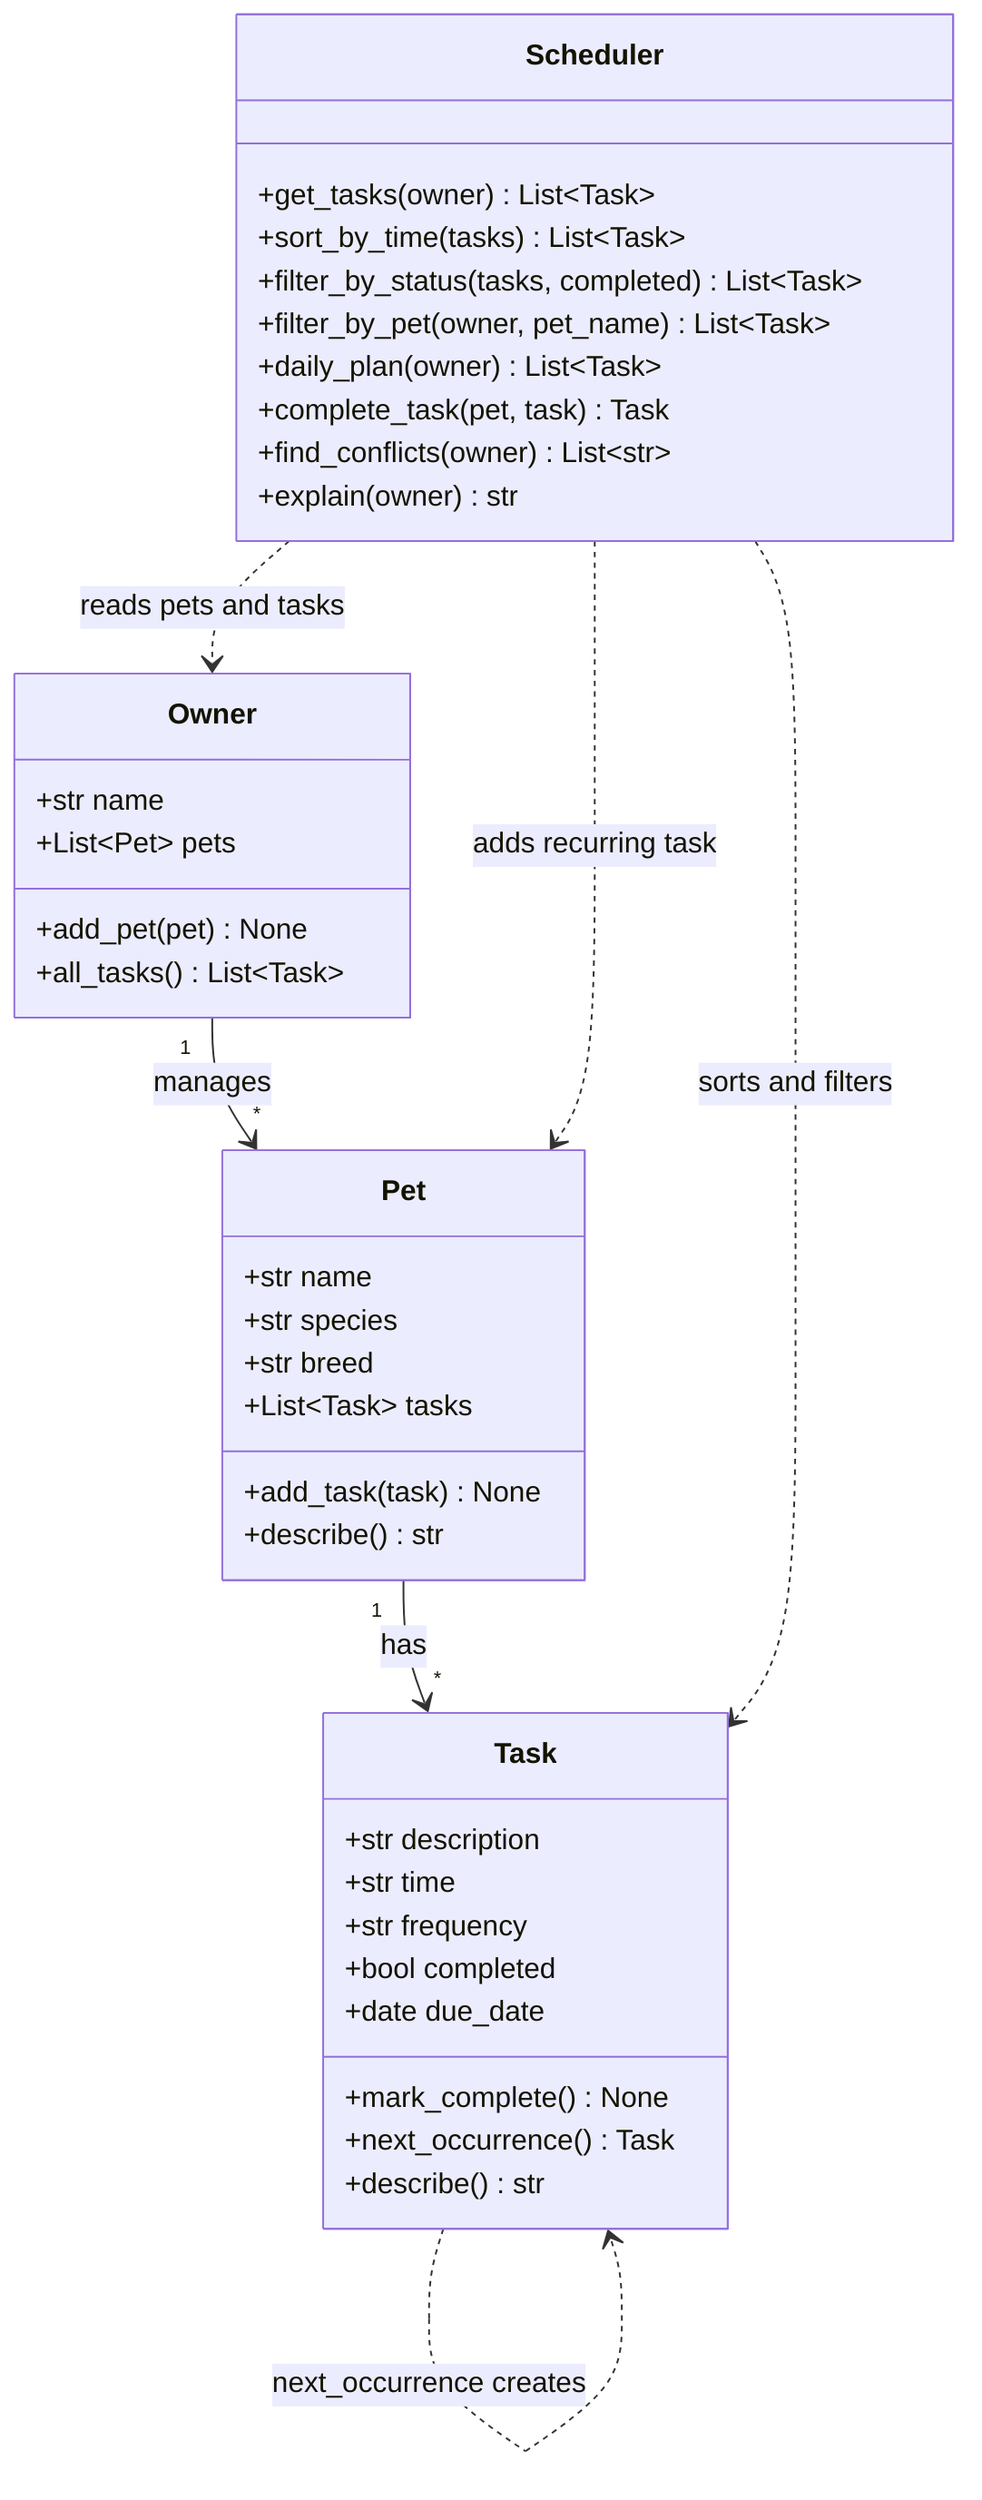
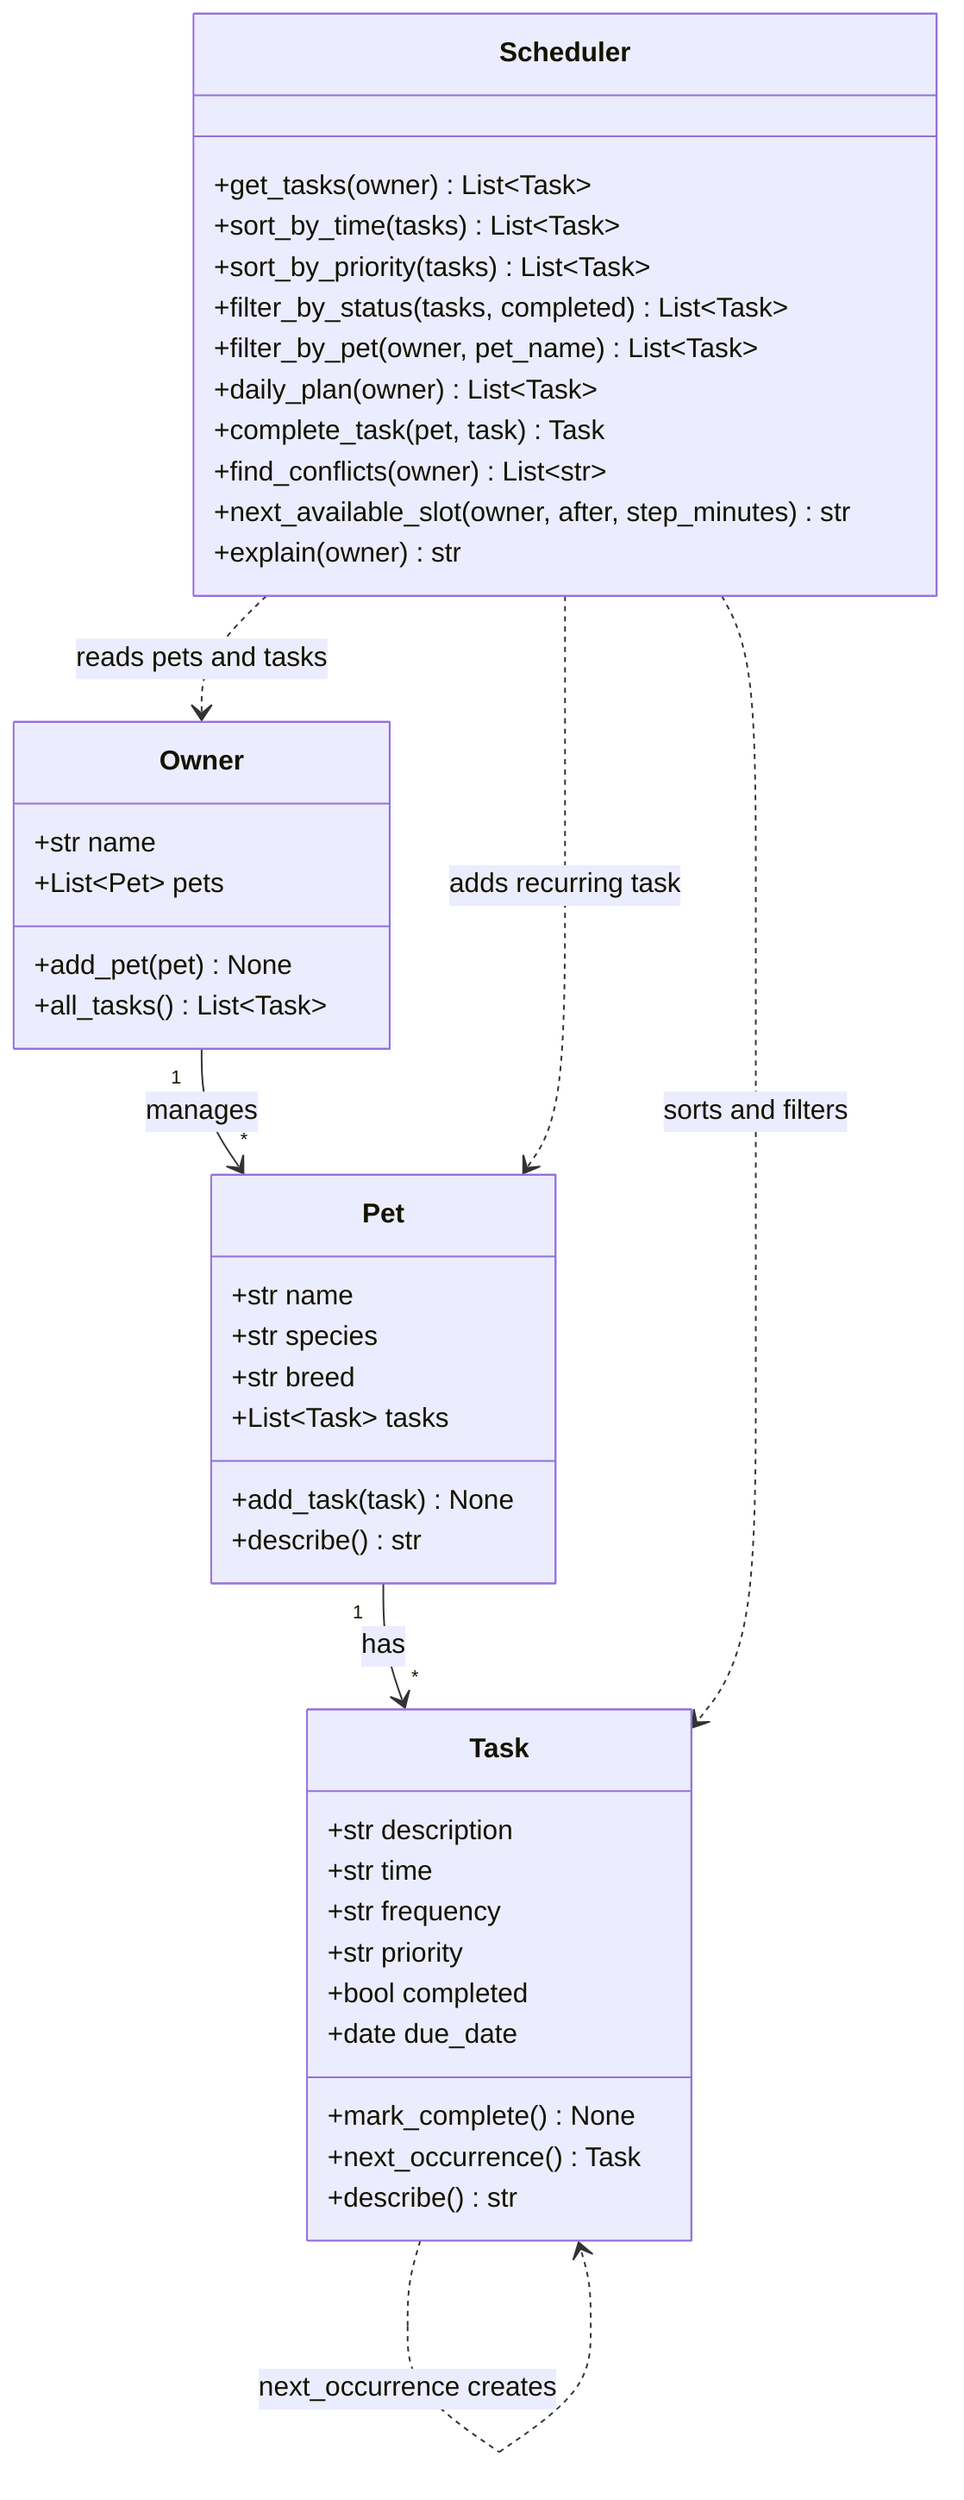
classDiagram
    %% PawPal+ final class diagram (matches pawpal_system.py)

    class Task {
        +str description
        +str time
        +str frequency
+         +str priority
        +bool completed
        +date due_date
        +mark_complete() None
        +next_occurrence() Task
        +describe() str
    }

    class Pet {
        +str name
        +str species
        +str breed
        +List~Task~ tasks
        +add_task(task) None
        +describe() str
    }

    class Owner {
        +str name
        +List~Pet~ pets
        +add_pet(pet) None
        +all_tasks() List~Task~
    }

    class Scheduler {
        +get_tasks(owner) List~Task~
        +sort_by_time(tasks) List~Task~
+         +sort_by_priority(tasks) List~Task~
        +filter_by_status(tasks, completed) List~Task~
        +filter_by_pet(owner, pet_name) List~Task~
        +daily_plan(owner) List~Task~
        +complete_task(pet, task) Task
        +find_conflicts(owner) List~str~
+         +next_available_slot(owner, after, step_minutes) str
        +explain(owner) str
    }

    Owner "1" --> "*" Pet : manages
    Pet "1" --> "*" Task : has
    Scheduler ..> Owner : reads pets and tasks
    Scheduler ..> Task : sorts and filters
    Scheduler ..> Pet : adds recurring task
    Task ..> Task : next_occurrence creates
